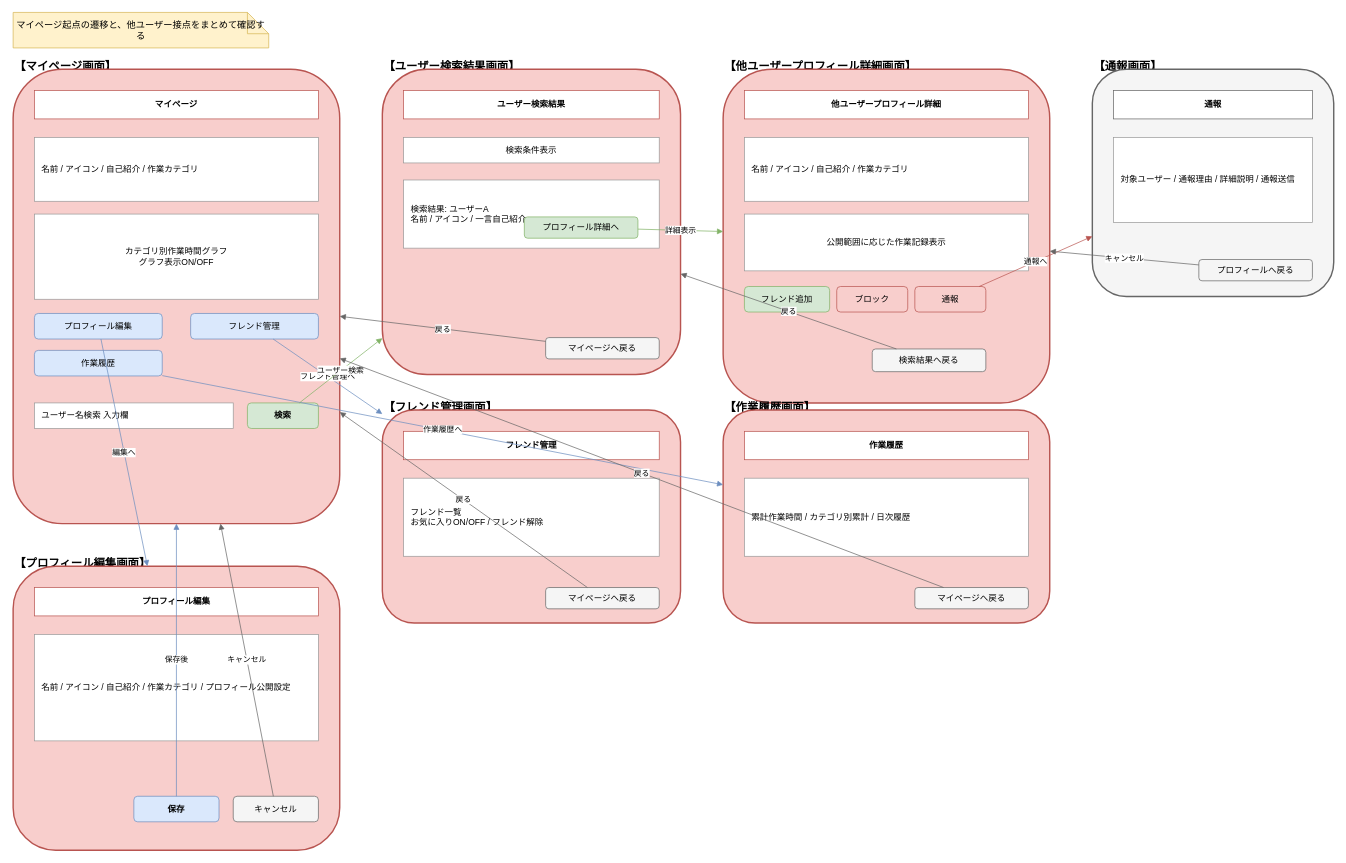
The draw.io diagram page "マイページ・ソーシャル" (3 of 4) of docs/screen_wireframe.drawio in yuu-ux/online-workspace, before the edit. Source tidied: cells renumbered, new cells numbered last; positions are measured from the earlier drawing's top-left corner, leaving out a move shared by most shapes. Both pictures are drawn from the tidied source at 71%, with x=0, y=0 at pixel (13, 12).
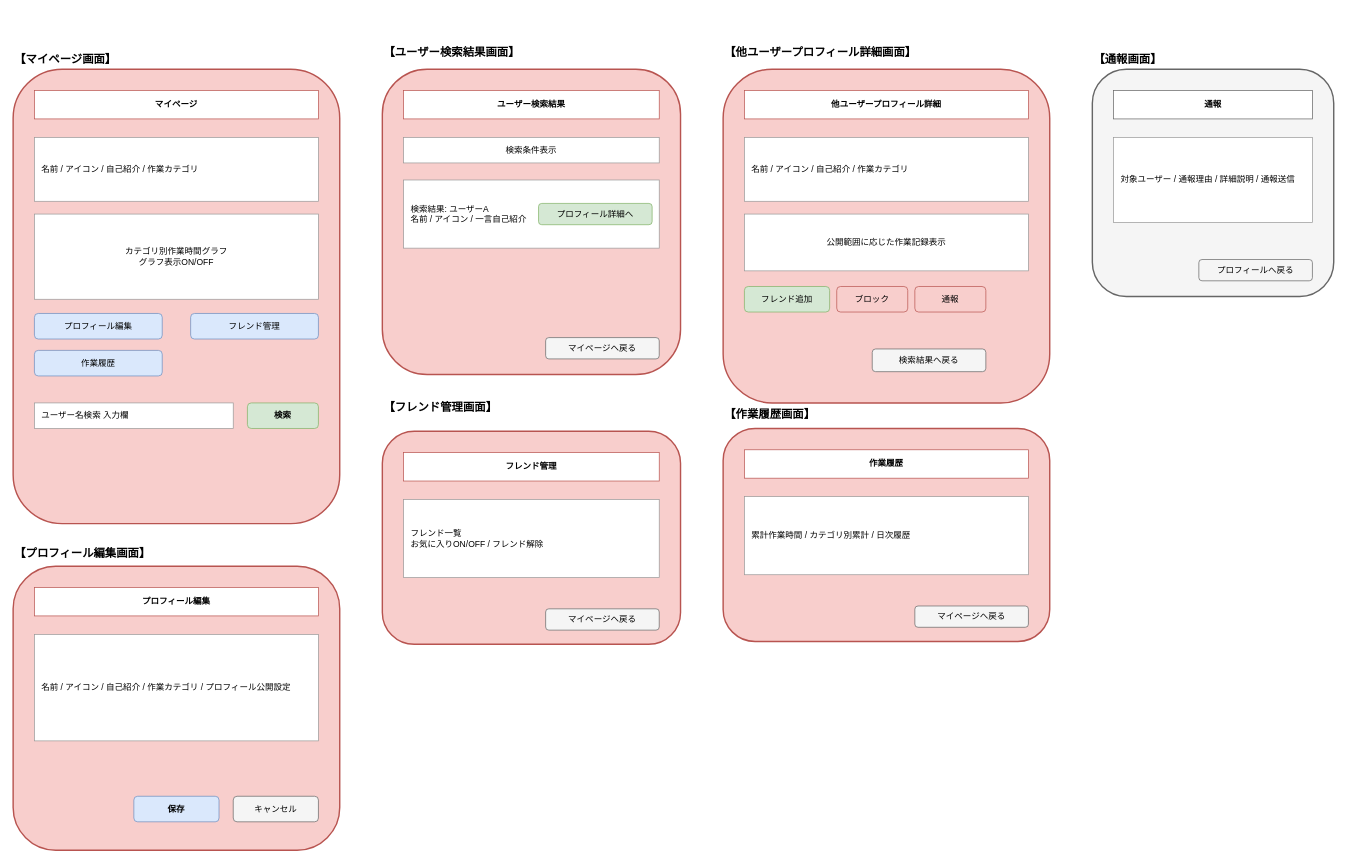
Above is the later version.

Unchanged cells that the change refers to:
```xml
<mxCell id="4" style="rounded=1;whiteSpace=wrap;html=1;fillColor=#f8cecc;strokeColor=#b85450;strokeWidth=2;" parent="1" vertex="1">
  <mxGeometry y="80" width="460" height="640" as="geometry" />
</mxCell>
<mxCell id="8" value="プロフィール編集" style="rounded=1;whiteSpace=wrap;html=1;fillColor=#dae8fc;strokeColor=#6c8ebf;" parent="1" vertex="1">
  <mxGeometry x="30" y="424" width="180" height="36" as="geometry" />
</mxCell>
<mxCell id="9" value="フレンド管理" style="rounded=1;whiteSpace=wrap;html=1;fillColor=#dae8fc;strokeColor=#6c8ebf;" parent="1" vertex="1">
  <mxGeometry x="250" y="424" width="180" height="36" as="geometry" />
</mxCell>
<mxCell id="10" value="作業履歴" style="rounded=1;whiteSpace=wrap;html=1;fillColor=#dae8fc;strokeColor=#6c8ebf;" parent="1" vertex="1">
  <mxGeometry x="30" y="476" width="180" height="36" as="geometry" />
</mxCell>
<mxCell id="12" value="検索" style="rounded=1;whiteSpace=wrap;html=1;fillColor=#d5e8d4;strokeColor=#82b366;fontStyle=1;" parent="1" vertex="1">
  <mxGeometry x="330" y="550" width="100" height="36" as="geometry" />
</mxCell>
<mxCell id="14" style="rounded=1;whiteSpace=wrap;html=1;fillColor=#f8cecc;strokeColor=#b85450;strokeWidth=2;" parent="1" vertex="1">
  <mxGeometry x="520" y="80" width="420" height="430" as="geometry" />
</mxCell>
<mxCell id="19" value="マイページへ戻る" style="rounded=1;whiteSpace=wrap;html=1;fillColor=#f5f5f5;strokeColor=#666666;" parent="1" vertex="1">
  <mxGeometry x="750" y="458" width="160" height="30" as="geometry" />
</mxCell>
<mxCell id="21" style="rounded=1;whiteSpace=wrap;html=1;fillColor=#f8cecc;strokeColor=#b85450;strokeWidth=2;" parent="1" vertex="1">
  <mxGeometry x="1000" y="80" width="460" height="470" as="geometry" />
</mxCell>
<mxCell id="27" value="通報" style="rounded=1;whiteSpace=wrap;html=1;fillColor=#f8cecc;strokeColor=#b85450;" parent="1" vertex="1">
  <mxGeometry x="1270" y="386" width="100" height="36" as="geometry" />
</mxCell>
<mxCell id="28" value="検索結果へ戻る" style="rounded=1;whiteSpace=wrap;html=1;fillColor=#f5f5f5;strokeColor=#666666;" parent="1" vertex="1">
  <mxGeometry x="1210" y="474" width="160" height="32" as="geometry" />
</mxCell>
<mxCell id="30" style="rounded=1;whiteSpace=wrap;html=1;fillColor=#f8cecc;strokeColor=#b85450;strokeWidth=2;" parent="1" vertex="1">
  <mxGeometry y="780" width="460" height="400" as="geometry" />
</mxCell>
<mxCell id="33" value="保存" style="rounded=1;whiteSpace=wrap;html=1;fillColor=#dae8fc;strokeColor=#6c8ebf;fontStyle=1;" parent="1" vertex="1">
  <mxGeometry x="170" y="1104" width="120" height="36" as="geometry" />
</mxCell>
<mxCell id="34" value="キャンセル" style="rounded=1;whiteSpace=wrap;html=1;fillColor=#f5f5f5;strokeColor=#666666;" parent="1" vertex="1">
  <mxGeometry x="310" y="1104" width="120" height="36" as="geometry" />
</mxCell>
<mxCell id="46" style="rounded=1;whiteSpace=wrap;html=1;fillColor=#f5f5f5;strokeColor=#666666;strokeWidth=2;" parent="1" vertex="1">
  <mxGeometry x="1520" y="80" width="340" height="320" as="geometry" />
</mxCell>
<mxCell id="49" value="プロフィールへ戻る" style="rounded=1;whiteSpace=wrap;html=1;fillColor=#f5f5f5;strokeColor=#666666;" parent="1" vertex="1">
  <mxGeometry x="1670" y="348" width="160" height="30" as="geometry" />
</mxCell>
```

Diff of the diagram source:
```diff
@@
-    <mxCell id="2" value="マイページ起点の遷移と、他ユーザー接点をまとめて確認する" style="shape=note;whiteSpace=wrap;html=1;fillColor=#fff2cc;strokeColor=#d6b656;fontSize=13;" parent="1" vertex="1">
-      <mxGeometry width="360" height="50" as="geometry" />
-    </mxCell>
     <mxCell id="3" value="【マイページ画面】" style="text;html=1;strokeColor=none;fillColor=none;fontStyle=1;fontSize=16;" parent="1" vertex="1">
-      <mxGeometry y="60" width="180" height="20" as="geometry" />
+      <mxGeometry y="50" width="180" height="20" as="geometry" />
     </mxCell>
@@
     <mxCell id="13" value="【ユーザー検索結果画面】" style="text;html=1;strokeColor=none;fillColor=none;fontStyle=1;fontSize=16;" parent="1" vertex="1">
-      <mxGeometry x="520" y="60" width="220" height="20" as="geometry" />
+      <mxGeometry x="520" y="40" width="220" height="20" as="geometry" />
     </mxCell>
@@
     <mxCell id="18" value="プロフィール詳細へ" style="rounded=1;whiteSpace=wrap;html=1;fillColor=#d5e8d4;strokeColor=#82b366;" parent="1" vertex="1">
-      <mxGeometry x="720" y="288" width="160" height="30" as="geometry" />
+      <mxGeometry x="740" y="269" width="160" height="30" as="geometry" />
     </mxCell>
@@
     <mxCell id="20" value="【他ユーザープロフィール詳細画面】" style="text;html=1;strokeColor=none;fillColor=none;fontStyle=1;fontSize=16;" parent="1" vertex="1">
-      <mxGeometry x="1000" y="60" width="260" height="20" as="geometry" />
+      <mxGeometry x="1000" y="40" width="260" height="20" as="geometry" />
     </mxCell>
@@
     <mxCell id="29" value="【プロフィール編集画面】" style="text;html=1;strokeColor=none;fillColor=none;fontStyle=1;fontSize=16;" parent="1" vertex="1">
-      <mxGeometry y="760" width="210" height="20" as="geometry" />
+      <mxGeometry y="746" width="210" height="24" as="geometry" />
     </mxCell>
@@
     <mxCell id="36" style="rounded=1;whiteSpace=wrap;html=1;fillColor=#f8cecc;strokeColor=#b85450;strokeWidth=2;" parent="1" vertex="1">
-      <mxGeometry x="520" y="560" width="420" height="300" as="geometry" />
+      <mxGeometry x="520" y="590" width="420" height="300" as="geometry" />
     </mxCell>
     <mxCell id="37" value="フレンド管理" style="rounded=0;whiteSpace=wrap;html=1;fillColor=#ffffff;strokeColor=#b85450;fontStyle=1;" parent="1" vertex="1">
-      <mxGeometry x="550" y="590" width="360" height="40" as="geometry" />
+      <mxGeometry x="550" y="620" width="360" height="40" as="geometry" />
     </mxCell>
     <mxCell id="38" value="フレンド一覧&#10;お気に入りON/OFF / フレンド解除" style="rounded=0;whiteSpace=wrap;html=1;fillColor=#ffffff;strokeColor=#999999;align=left;spacingLeft=8;" parent="1" vertex="1">
-      <mxGeometry x="550" y="656" width="360" height="110" as="geometry" />
+      <mxGeometry x="550" y="686" width="360" height="110" as="geometry" />
     </mxCell>
     <mxCell id="39" value="マイページへ戻る" style="rounded=1;whiteSpace=wrap;html=1;fillColor=#f5f5f5;strokeColor=#666666;" parent="1" vertex="1">
-      <mxGeometry x="750" y="810" width="160" height="30" as="geometry" />
+      <mxGeometry x="750" y="840" width="160" height="30" as="geometry" />
     </mxCell>
     <mxCell id="40" value="【作業履歴画面】" style="text;html=1;strokeColor=none;fillColor=none;fontStyle=1;fontSize=16;" parent="1" vertex="1">
-      <mxGeometry x="1000" y="540" width="180" height="20" as="geometry" />
+      <mxGeometry x="1000" y="550" width="180" height="20" as="geometry" />
     </mxCell>
     <mxCell id="41" style="rounded=1;whiteSpace=wrap;html=1;fillColor=#f8cecc;strokeColor=#b85450;strokeWidth=2;" parent="1" vertex="1">
-      <mxGeometry x="1000" y="560" width="460" height="300" as="geometry" />
+      <mxGeometry x="1000" y="586" width="460" height="300" as="geometry" />
     </mxCell>
     <mxCell id="42" value="作業履歴" style="rounded=0;whiteSpace=wrap;html=1;fillColor=#ffffff;strokeColor=#b85450;fontStyle=1;" parent="1" vertex="1">
-      <mxGeometry x="1030" y="590" width="400" height="40" as="geometry" />
+      <mxGeometry x="1030" y="616" width="400" height="40" as="geometry" />
     </mxCell>
     <mxCell id="43" value="累計作業時間 / カテゴリ別累計 / 日次履歴" style="rounded=0;whiteSpace=wrap;html=1;fillColor=#ffffff;strokeColor=#999999;align=left;spacingLeft=8;" parent="1" vertex="1">
-      <mxGeometry x="1030" y="656" width="400" height="110" as="geometry" />
+      <mxGeometry x="1030" y="682" width="400" height="110" as="geometry" />
     </mxCell>
     <mxCell id="44" value="マイページへ戻る" style="rounded=1;whiteSpace=wrap;html=1;fillColor=#f5f5f5;strokeColor=#666666;" parent="1" vertex="1">
-      <mxGeometry x="1270" y="810" width="160" height="30" as="geometry" />
+      <mxGeometry x="1270" y="836" width="160" height="30" as="geometry" />
     </mxCell>
     <mxCell id="45" value="【通報画面】" style="text;html=1;strokeColor=none;fillColor=none;fontStyle=1;fontSize=16;" parent="1" vertex="1">
-      <mxGeometry x="1520" y="60" width="120" height="20" as="geometry" />
+      <mxGeometry x="1520" y="50" width="120" height="20" as="geometry" />
     </mxCell>
@@
-    <mxCell id="50" value="編集へ" style="endArrow=block;html=1;strokeColor=#6c8ebf;" parent="1" edge="1" source="8" target="30">
-      <mxGeometry relative="1" as="geometry" />
-    </mxCell>
-    <mxCell id="51" value="フレンド管理へ" style="endArrow=block;html=1;strokeColor=#6c8ebf;" parent="1" edge="1" source="9" target="36">
-      <mxGeometry relative="1" as="geometry" />
-    </mxCell>
-    <mxCell id="52" value="作業履歴へ" style="endArrow=block;html=1;strokeColor=#6c8ebf;" parent="1" edge="1" source="10" target="41">
-      <mxGeometry relative="1" as="geometry" />
-    </mxCell>
-    <mxCell id="53" value="ユーザー検索" style="endArrow=block;html=1;strokeColor=#82b366;" parent="1" edge="1" source="12" target="14">
-      <mxGeometry relative="1" as="geometry" />
-    </mxCell>
-    <mxCell id="54" value="詳細表示" style="endArrow=block;html=1;strokeColor=#82b366;" parent="1" edge="1" source="18" target="21">
-      <mxGeometry relative="1" as="geometry" />
-    </mxCell>
-    <mxCell id="55" value="戻る" style="endArrow=block;html=1;strokeColor=#666666;" parent="1" edge="1" source="19" target="4">
-      <mxGeometry relative="1" as="geometry" />
-    </mxCell>
-    <mxCell id="56" value="保存後" style="endArrow=block;html=1;strokeColor=#6c8ebf;" parent="1" edge="1" source="33" target="4">
-      <mxGeometry relative="1" as="geometry" />
-    </mxCell>
-    <mxCell id="57" value="キャンセル" style="endArrow=block;html=1;strokeColor=#666666;" parent="1" edge="1" source="34" target="4">
-      <mxGeometry relative="1" as="geometry" />
-    </mxCell>
-    <mxCell id="58" value="戻る" style="endArrow=block;html=1;strokeColor=#666666;" parent="1" edge="1" source="39" target="4">
-      <mxGeometry relative="1" as="geometry" />
-    </mxCell>
-    <mxCell id="59" value="戻る" style="endArrow=block;html=1;strokeColor=#666666;" parent="1" edge="1" source="44" target="4">
-      <mxGeometry relative="1" as="geometry" />
-    </mxCell>
-    <mxCell id="60" value="通報へ" style="endArrow=block;html=1;strokeColor=#b85450;" parent="1" edge="1" source="27" target="46">
-      <mxGeometry relative="1" as="geometry" />
-    </mxCell>
-    <mxCell id="61" value="戻る" style="endArrow=block;html=1;strokeColor=#666666;" parent="1" edge="1" source="28" target="14">
-      <mxGeometry relative="1" as="geometry" />
-    </mxCell>
-    <mxCell id="62" value="キャンセル" style="endArrow=block;html=1;strokeColor=#666666;" parent="1" edge="1" source="49" target="21">
-      <mxGeometry relative="1" as="geometry" />
-    </mxCell>
```
